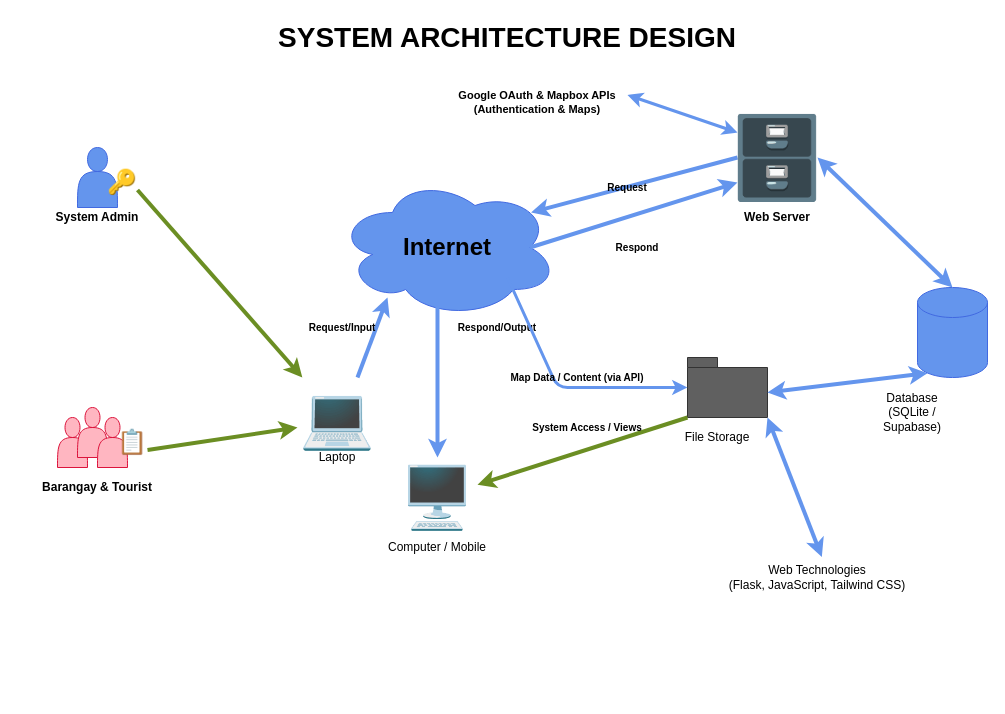
Before: docs/diagrams/system-architecture.drawio in jemhakdog/Interactive-Digital-Cultural-Map-and-Local-Tourism-Information-system-for-Mangatarem--Pangasinan, a draw.io diagram. Source tidied: cells renumbered, new cells numbered last; positions are measured from the earlier drawing's top-left corner, leaving out a move shared by most shapes. Both pictures are drawn from the tidied source at 100%, with x=0, y=0 at pixel (27, 17).
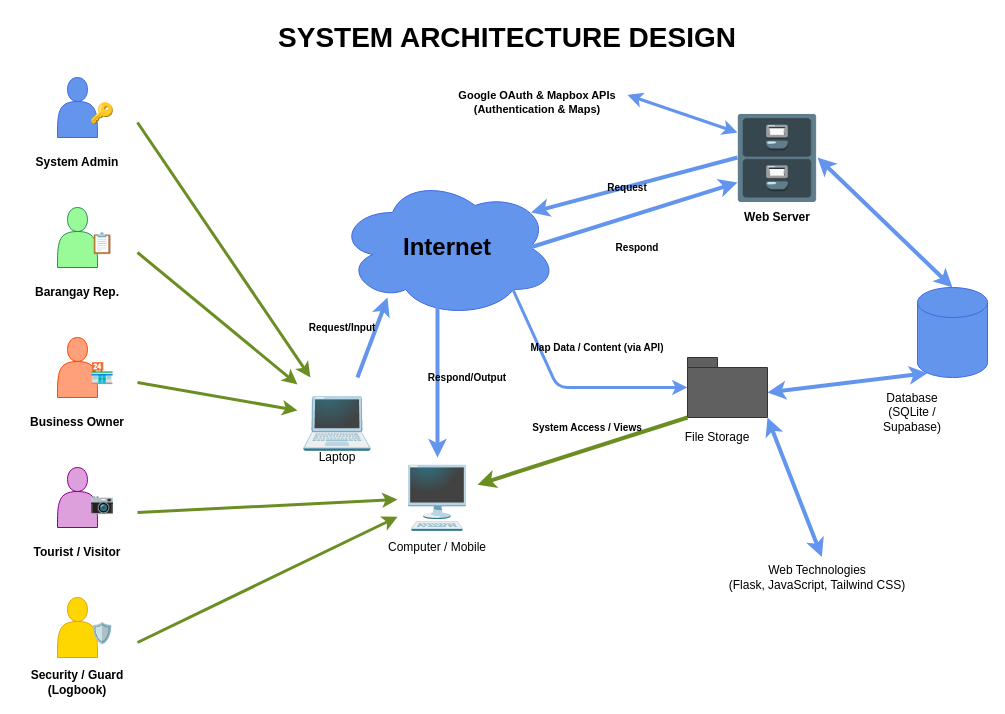
The same page after the edit.

The change refers to these unchanged cells:
```xml
<mxCell id="9" value="💻" style="text;html=1;strokeColor=none;fillColor=none;align=center;verticalAlign=middle;whiteSpace=wrap;rounded=0;fontSize=60;" parent="1" vertex="1">
  <mxGeometry x="270" y="360" width="80" height="80" as="geometry" />
</mxCell>
<mxCell id="11" value="🖥️" style="text;html=1;strokeColor=none;fillColor=none;align=center;verticalAlign=middle;whiteSpace=wrap;rounded=0;fontSize=60;" parent="1" vertex="1">
  <mxGeometry x="370" y="440" width="80" height="80" as="geometry" />
</mxCell>
```

Diff of the diagram source:
```diff
@@
-    <mxCell id="3" value="System Admin" style="text;html=1;strokeColor=none;fillColor=none;align=center;verticalAlign=middle;whiteSpace=wrap;rounded=0;fontSize=12;fontStyle=1;" parent="1" vertex="1">
-      <mxGeometry x="20" y="190" width="100" height="20" as="geometry" />
-    </mxCell>
-    <mxCell id="4" style="shape=actor;whiteSpace=wrap;html=1;fillColor=#FFB6C1;strokeColor=#DC143C;" parent="1" vertex="1">
-      <mxGeometry x="30" y="400" width="30" height="50" as="geometry" />
-    </mxCell>
-    <mxCell id="5" style="shape=actor;whiteSpace=wrap;html=1;fillColor=#FFB6C1;strokeColor=#DC143C;" parent="1" vertex="1">
-      <mxGeometry x="50" y="390" width="30" height="50" as="geometry" />
-    </mxCell>
-    <mxCell id="6" style="shape=actor;whiteSpace=wrap;html=1;fillColor=#FFB6C1;strokeColor=#DC143C;" parent="1" vertex="1">
-      <mxGeometry x="70" y="400" width="30" height="50" as="geometry" />
-    </mxCell>
-    <mxCell id="7" value="📋" style="text;html=1;strokeColor=none;fillColor=none;align=center;verticalAlign=middle;whiteSpace=wrap;rounded=0;fontSize=24;" parent="1" vertex="1">
-      <mxGeometry x="90" y="410" width="30" height="30" as="geometry" />
-    </mxCell>
-    <mxCell id="8" value="Barangay &amp; Tourist" style="text;html=1;strokeColor=none;fillColor=none;align=center;verticalAlign=middle;whiteSpace=wrap;rounded=0;fontSize=12;fontStyle=1;" parent="1" vertex="1">
-      <mxGeometry y="460" width="140" height="20" as="geometry" />
-    </mxCell>
@@
-    <mxCell id="13" style="endArrow=classic;html=1;strokeWidth=4;strokeColor=#6B8E23;exitX=1;exitY=0.75;exitDx=0;exitDy=0;" parent="1" edge="1" source="40" target="9">
-      <mxGeometry relative="1" as="geometry" />
-    </mxCell>
-    <mxCell id="14" style="endArrow=classic;html=1;strokeWidth=4;strokeColor=#6B8E23;exitX=1;exitY=0.75;exitDx=0;exitDy=0;" parent="1" edge="1" source="7">
-      <mxGeometry relative="1" as="geometry">
-        <mxPoint x="270" y="410" as="targetPoint" />
-      </mxGeometry>
-    </mxCell>
@@
     <mxCell id="19" value="Respond/Output" style="text;html=1;strokeColor=none;fillColor=none;align=center;verticalAlign=middle;whiteSpace=wrap;rounded=0;fontSize=10;fontStyle=1;" parent="1" vertex="1">
-      <mxGeometry x="420" y="300" width="100" height="20" as="geometry" />
+      <mxGeometry x="390" y="350" width="100" height="20" as="geometry" />
     </mxCell>
@@
     <mxCell id="35" value="Map Data / Content (via API)" style="text;html=1;strokeColor=none;fillColor=none;align=center;verticalAlign=middle;whiteSpace=wrap;rounded=0;fontSize=10;fontStyle=1;" parent="1" vertex="1">
-      <mxGeometry x="470" y="350" width="160" height="20" as="geometry" />
+      <mxGeometry x="490" y="320" width="160" height="20" as="geometry" />
     </mxCell>
@@
-    <mxCell id="38" style="group;" parent="1" vertex="1">
-      <mxGeometry x="50" y="130" width="60" height="60" as="geometry" />
-    </mxCell>
-    <mxCell id="39" style="shape=actor;whiteSpace=wrap;html=1;fillColor=#6495ED;strokeColor=#4169E1;" parent="38" vertex="1">
-      <mxGeometry width="40" height="60" as="geometry" />
-    </mxCell>
-    <mxCell id="40" value="🔑" style="text;html=1;strokeColor=none;fillColor=none;align=center;verticalAlign=middle;whiteSpace=wrap;rounded=0;fontSize=24;" parent="38" vertex="1">
-      <mxGeometry x="30" y="20" width="30" height="30" as="geometry" />
-    </mxCell>
@@
+    <mxCell id="44" style="group;" parent="1" vertex="1">
+      <mxGeometry x="20" y="520" width="120" height="100" as="geometry" />
+    </mxCell>
+    <mxCell id="45" style="group;" parent="1" vertex="1">
+      <mxGeometry x="-10" y="60" width="120" height="90" as="geometry" />
+    </mxCell>
+    <mxCell id="46" style="shape=actor;whiteSpace=wrap;html=1;fillColor=#6495ED;strokeColor=#4169E1;" parent="45" vertex="1">
+      <mxGeometry x="40" width="40" height="60" as="geometry" />
+    </mxCell>
+    <mxCell id="40" value="🔑" style="text;html=1;strokeColor=none;fillColor=none;align=center;verticalAlign=middle;whiteSpace=wrap;rounded=0;fontSize=20;" parent="45" vertex="1">
+      <mxGeometry x="70" y="20" width="30" height="30" as="geometry" />
+    </mxCell>
+    <mxCell id="3" value="System Admin" style="text;html=1;strokeColor=none;fillColor=none;align=center;verticalAlign=middle;whiteSpace=wrap;rounded=0;fontSize=12;fontStyle=1;" parent="45" vertex="1">
+      <mxGeometry y="70" width="120" height="30" as="geometry" />
+    </mxCell>
+    <mxCell id="47" style="endArrow=classic;html=1;strokeWidth=3;strokeColor=#6B8E23;exitX=1;exitY=0.5;exitDx=0;exitDy=0;" parent="1" edge="1" source="45" target="9">
+      <mxGeometry relative="1" as="geometry" />
+    </mxCell>
+    <mxCell id="48" style="group;" parent="1" vertex="1">
+      <mxGeometry x="-10" y="190" width="120" height="90" as="geometry" />
+    </mxCell>
+    <mxCell id="49" style="shape=actor;whiteSpace=wrap;html=1;fillColor=#98FB98;strokeColor=#2E8B57;" parent="48" vertex="1">
+      <mxGeometry x="40" width="40" height="60" as="geometry" />
+    </mxCell>
+    <mxCell id="7" value="📋" style="text;html=1;strokeColor=none;fillColor=none;align=center;verticalAlign=middle;whiteSpace=wrap;rounded=0;fontSize=20;" parent="48" vertex="1">
+      <mxGeometry x="70" y="20" width="30" height="30" as="geometry" />
+    </mxCell>
+    <mxCell id="50" value="Barangay Rep." style="text;html=1;strokeColor=none;fillColor=none;align=center;verticalAlign=middle;whiteSpace=wrap;rounded=0;fontSize=12;fontStyle=1;" parent="48" vertex="1">
+      <mxGeometry y="70" width="120" height="30" as="geometry" />
+    </mxCell>
+    <mxCell id="51" style="endArrow=classic;html=1;strokeWidth=3;strokeColor=#6B8E23;exitX=1;exitY=0.5;exitDx=0;exitDy=0;" parent="1" edge="1" source="48" target="9">
+      <mxGeometry relative="1" as="geometry" />
+    </mxCell>
+    <mxCell id="52" style="group;" parent="1" vertex="1">
+      <mxGeometry x="-10" y="320" width="120" height="90" as="geometry" />
+    </mxCell>
+    <mxCell id="53" style="shape=actor;whiteSpace=wrap;html=1;fillColor=#FFA07A;strokeColor=#FF4500;" parent="52" vertex="1">
+      <mxGeometry x="40" width="40" height="60" as="geometry" />
+    </mxCell>
+    <mxCell id="54" value="🏪" style="text;html=1;strokeColor=none;fillColor=none;align=center;verticalAlign=middle;whiteSpace=wrap;rounded=0;fontSize=20;" parent="52" vertex="1">
+      <mxGeometry x="70" y="20" width="30" height="30" as="geometry" />
+    </mxCell>
+    <mxCell id="55" value="Business Owner" style="text;html=1;strokeColor=none;fillColor=none;align=center;verticalAlign=middle;whiteSpace=wrap;rounded=0;fontSize=12;fontStyle=1;" parent="52" vertex="1">
+      <mxGeometry y="70" width="120" height="30" as="geometry" />
+    </mxCell>
+    <mxCell id="56" style="endArrow=classic;html=1;strokeWidth=3;strokeColor=#6B8E23;exitX=1;exitY=0.5;exitDx=0;exitDy=0;" parent="1" edge="1" source="52" target="9">
+      <mxGeometry relative="1" as="geometry" />
+    </mxCell>
+    <mxCell id="57" style="group;" parent="1" vertex="1">
+      <mxGeometry x="-10" y="450" width="120" height="90" as="geometry" />
+    </mxCell>
+    <mxCell id="58" style="shape=actor;whiteSpace=wrap;html=1;fillColor=#DDA0DD;strokeColor=#8B008B;" parent="57" vertex="1">
+      <mxGeometry x="40" width="40" height="60" as="geometry" />
+    </mxCell>
+    <mxCell id="59" value="📷" style="text;html=1;strokeColor=none;fillColor=none;align=center;verticalAlign=middle;whiteSpace=wrap;rounded=0;fontSize=20;" parent="57" vertex="1">
+      <mxGeometry x="70" y="20" width="30" height="30" as="geometry" />
+    </mxCell>
+    <mxCell id="60" value="Tourist / Visitor" style="text;html=1;strokeColor=none;fillColor=none;align=center;verticalAlign=middle;whiteSpace=wrap;rounded=0;fontSize=12;fontStyle=1;" parent="57" vertex="1">
+      <mxGeometry y="70" width="120" height="30" as="geometry" />
+    </mxCell>
+    <mxCell id="61" style="endArrow=classic;html=1;strokeWidth=3;strokeColor=#6B8E23;exitX=1;exitY=0.5;exitDx=0;exitDy=0;" parent="1" edge="1" source="57" target="11">
+      <mxGeometry relative="1" as="geometry" />
+    </mxCell>
+    <mxCell id="62" style="group;" parent="1" vertex="1">
+      <mxGeometry x="-10" y="580" width="120" height="90" as="geometry" />
+    </mxCell>
+    <mxCell id="63" style="shape=actor;whiteSpace=wrap;html=1;fillColor=#FFD700;strokeColor=#DAA520;" parent="62" vertex="1">
+      <mxGeometry x="40" width="40" height="60" as="geometry" />
+    </mxCell>
+    <mxCell id="64" value="🛡️" style="text;html=1;strokeColor=none;fillColor=none;align=center;verticalAlign=middle;whiteSpace=wrap;rounded=0;fontSize=20;" parent="62" vertex="1">
+      <mxGeometry x="70" y="20" width="30" height="30" as="geometry" />
+    </mxCell>
+    <mxCell id="65" value="Security / Guard&#10;(Logbook)" style="text;html=1;strokeColor=none;fillColor=none;align=center;verticalAlign=middle;whiteSpace=wrap;rounded=0;fontSize=12;fontStyle=1;" parent="62" vertex="1">
+      <mxGeometry y="70" width="120" height="30" as="geometry" />
+    </mxCell>
+    <mxCell id="66" style="endArrow=classic;html=1;strokeWidth=3;strokeColor=#6B8E23;exitX=1;exitY=0.5;exitDx=0;exitDy=0;" parent="1" edge="1" source="62" target="11">
+      <mxGeometry relative="1" as="geometry" />
+    </mxCell>
```
